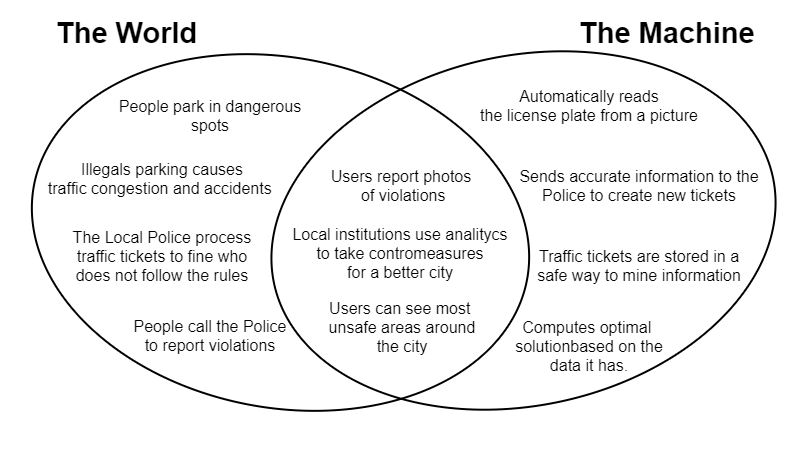
Earlier version of the draw.io export RASD/images/world-machine-phenomena.png (GiorgioUghini/SafeStreets). Source tidied: cells renumbered, new cells last; positions are measured from the earlier drawing's top-left corner, leaving out a move shared by most shapes. The source it was exported from:
```xml
<mxGraphModel>
  <root>
    <mxCell id="0" />
    <mxCell id="1" parent="0" />
    <mxCell id="2" style="ellipse;whiteSpace=wrap;html=1;rotation=11;fillColor=none;strokeWidth=2;" parent="1" vertex="1">
      <mxGeometry y="47" width="502" height="350" as="geometry" />
    </mxCell>
    <mxCell id="3" style="ellipse;whiteSpace=wrap;html=1;rotation=-12;fillColor=none;strokeWidth=2;" parent="1" vertex="1">
      <mxGeometry x="239" y="45" width="510" height="350" as="geometry" />
    </mxCell>
    <mxCell id="4" value="&lt;font style=&quot;font-size: 16px&quot;&gt;People park in dangerous&lt;br&gt;spots&lt;/font&gt;" style="text;html=1;strokeColor=none;fillColor=none;align=center;verticalAlign=middle;whiteSpace=wrap;rounded=0;" parent="1" vertex="1">
      <mxGeometry x="60" y="90" width="240" height="30" as="geometry" />
    </mxCell>
    <mxCell id="5" value="&lt;font style=&quot;font-size: 16px&quot;&gt;People call the Police &lt;br&gt;to report violations&lt;/font&gt;" style="text;html=1;strokeColor=none;fillColor=none;align=center;verticalAlign=middle;whiteSpace=wrap;rounded=0;" parent="1" vertex="1">
      <mxGeometry x="90" y="310" width="180" height="30" as="geometry" />
    </mxCell>
    <mxCell id="6" value="&lt;span style=&quot;font-size: 16px&quot;&gt;Illegals parking causes&lt;br&gt;traffic congestion and accidents&amp;nbsp;&lt;/span&gt;" style="text;html=1;strokeColor=none;fillColor=none;align=center;verticalAlign=middle;whiteSpace=wrap;rounded=0;" parent="1" vertex="1">
      <mxGeometry x="2" y="139" width="260" height="57" as="geometry" />
    </mxCell>
    <mxCell id="7" value="&lt;font style=&quot;font-size: 16px&quot;&gt;Local institutions use analitycs&lt;br&gt;to take contromeasures&lt;br&gt;for a better city&lt;br&gt;&lt;/font&gt;" style="text;html=1;strokeColor=none;fillColor=none;align=center;verticalAlign=middle;whiteSpace=wrap;rounded=0;" parent="1" vertex="1">
      <mxGeometry x="251" y="227.5" width="240" height="30" as="geometry" />
    </mxCell>
    <mxCell id="8" value="&lt;font style=&quot;font-size: 16px&quot;&gt;The Local Police process&lt;br&gt;traffic tickets to fine who&lt;br&gt;does not follow the rules&lt;br&gt;&lt;/font&gt;" style="text;html=1;strokeColor=none;fillColor=none;align=center;verticalAlign=middle;whiteSpace=wrap;rounded=0;" parent="1" vertex="1">
      <mxGeometry x="37" y="215" width="190" height="60" as="geometry" />
    </mxCell>
    <mxCell id="9" value="&lt;font style=&quot;font-size: 16px&quot;&gt;Automatically reads&lt;br&gt;the license plate from a picture&lt;br&gt;&lt;/font&gt;" style="text;html=1;strokeColor=none;fillColor=none;align=center;verticalAlign=middle;whiteSpace=wrap;rounded=0;" parent="1" vertex="1">
      <mxGeometry x="440" y="80" width="240" height="30" as="geometry" />
    </mxCell>
    <mxCell id="10" value="&lt;font style=&quot;font-size: 16px&quot;&gt;Traffic tickets are stored in a&lt;br&gt;safe way to mine information&lt;br&gt;&lt;/font&gt;" style="text;html=1;strokeColor=none;fillColor=none;align=center;verticalAlign=middle;whiteSpace=wrap;rounded=0;" parent="1" vertex="1">
      <mxGeometry x="490" y="240" width="240" height="30" as="geometry" />
    </mxCell>
    <mxCell id="11" value="&lt;font style=&quot;font-size: 16px&quot;&gt;Sends accurate&amp;nbsp;information to the Police to create new tickets&lt;br&gt;&lt;/font&gt;" style="text;html=1;strokeColor=none;fillColor=none;align=center;verticalAlign=middle;whiteSpace=wrap;rounded=0;" parent="1" vertex="1">
      <mxGeometry x="480" y="160" width="260" height="30" as="geometry" />
    </mxCell>
    <mxCell id="12" value="&lt;font style=&quot;font-size: 16px&quot;&gt;Computes optimal &lt;br&gt;solutionbased on the &lt;br&gt;data it has.&lt;br&gt;&lt;/font&gt;" style="text;html=1;strokeColor=none;fillColor=none;align=center;verticalAlign=middle;whiteSpace=wrap;rounded=0;" parent="1" vertex="1">
      <mxGeometry x="440" y="320" width="240" height="30" as="geometry" />
    </mxCell>
    <mxCell id="13" value="&lt;font style=&quot;font-size: 16px&quot;&gt;Users report photos&lt;br&gt;&amp;nbsp;of violations&lt;br&gt;&lt;/font&gt;" style="text;html=1;strokeColor=none;fillColor=none;align=center;verticalAlign=middle;whiteSpace=wrap;rounded=0;" parent="1" vertex="1">
      <mxGeometry x="251" y="160" width="240" height="30" as="geometry" />
    </mxCell>
    <mxCell id="14" value="&lt;font style=&quot;font-size: 16px&quot;&gt;Users can see most&amp;nbsp;&lt;br&gt;unsafe areas around&lt;br&gt;the city&lt;br&gt;&lt;/font&gt;" style="text;html=1;strokeColor=none;fillColor=none;align=center;verticalAlign=middle;whiteSpace=wrap;rounded=0;" parent="1" vertex="1">
      <mxGeometry x="252" y="301" width="240" height="30" as="geometry" />
    </mxCell>
    <mxCell id="15" value="&lt;h1&gt;&lt;font style=&quot;font-size: 29px&quot;&gt;The Machine&lt;/font&gt;&lt;/h1&gt;" style="text;html=1;strokeColor=none;fillColor=none;spacing=5;spacingTop=-20;whiteSpace=wrap;overflow=hidden;rounded=0;" parent="1" vertex="1">
      <mxGeometry x="545" width="205" height="60" as="geometry" />
    </mxCell>
    <mxCell id="16" value="&lt;h1&gt;&lt;font style=&quot;font-size: 29px&quot;&gt;The World&lt;/font&gt;&lt;/h1&gt;" style="text;html=1;strokeColor=none;fillColor=none;spacing=5;spacingTop=-20;whiteSpace=wrap;overflow=hidden;rounded=0;" parent="1" vertex="1">
      <mxGeometry x="22" width="205" height="60" as="geometry" />
    </mxCell>
  </root>
</mxGraphModel>
```
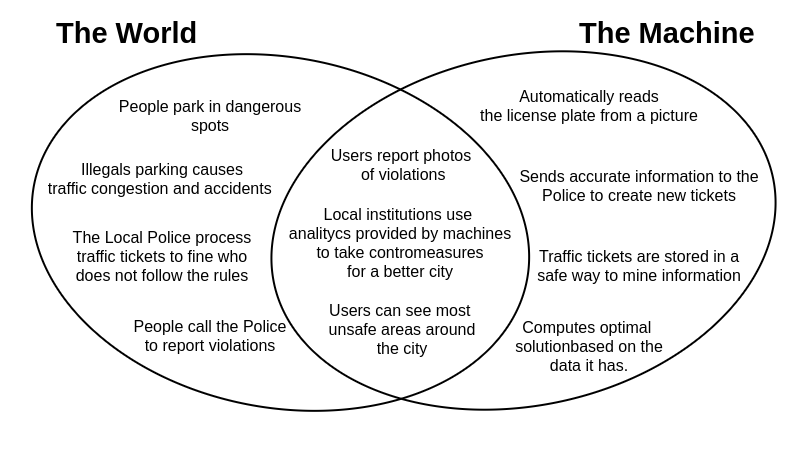
The same diagram one commit later.

Commit message:
update world machine phenomena

What changed in the source:
```diff
@@ -17,8 +17,8 @@
     <mxCell id="6" value="&lt;span style=&quot;font-size: 16px&quot;&gt;Illegals parking causes&lt;br&gt;traffic congestion and accidents&amp;nbsp;&lt;/span&gt;" style="text;html=1;strokeColor=none;fillColor=none;align=center;verticalAlign=middle;whiteSpace=wrap;rounded=0;" parent="1" vertex="1">
       <mxGeometry x="2" y="139" width="260" height="57" as="geometry" />
     </mxCell>
-    <mxCell id="7" value="&lt;font style=&quot;font-size: 16px&quot;&gt;Local institutions use analitycs&lt;br&gt;to take contromeasures&lt;br&gt;for a better city&lt;br&gt;&lt;/font&gt;" style="text;html=1;strokeColor=none;fillColor=none;align=center;verticalAlign=middle;whiteSpace=wrap;rounded=0;" parent="1" vertex="1">
-      <mxGeometry x="251" y="227.5" width="240" height="30" as="geometry" />
+    <mxCell id="7" value="&lt;font style=&quot;font-size: 16px&quot;&gt;Local institutions use &lt;br&gt;analitycs provided by machines to take contromeasures&lt;br&gt;for a better city&lt;br&gt;&lt;/font&gt;" style="text;html=1;strokeColor=none;fillColor=none;align=center;verticalAlign=middle;whiteSpace=wrap;rounded=0;" parent="1" vertex="1">
+      <mxGeometry x="251" y="216.5" width="240" height="30" as="geometry" />
     </mxCell>
     <mxCell id="8" value="&lt;font style=&quot;font-size: 16px&quot;&gt;The Local Police process&lt;br&gt;traffic tickets to fine who&lt;br&gt;does not follow the rules&lt;br&gt;&lt;/font&gt;" style="text;html=1;strokeColor=none;fillColor=none;align=center;verticalAlign=middle;whiteSpace=wrap;rounded=0;" parent="1" vertex="1">
       <mxGeometry x="37" y="215" width="190" height="60" as="geometry" />
@@ -36,10 +36,10 @@
       <mxGeometry x="440" y="320" width="240" height="30" as="geometry" />
     </mxCell>
     <mxCell id="13" value="&lt;font style=&quot;font-size: 16px&quot;&gt;Users report photos&lt;br&gt;&amp;nbsp;of violations&lt;br&gt;&lt;/font&gt;" style="text;html=1;strokeColor=none;fillColor=none;align=center;verticalAlign=middle;whiteSpace=wrap;rounded=0;" parent="1" vertex="1">
-      <mxGeometry x="251" y="160" width="240" height="30" as="geometry" />
+      <mxGeometry x="251" y="139" width="240" height="30" as="geometry" />
     </mxCell>
     <mxCell id="14" value="&lt;font style=&quot;font-size: 16px&quot;&gt;Users can see most&amp;nbsp;&lt;br&gt;unsafe areas around&lt;br&gt;the city&lt;br&gt;&lt;/font&gt;" style="text;html=1;strokeColor=none;fillColor=none;align=center;verticalAlign=middle;whiteSpace=wrap;rounded=0;" parent="1" vertex="1">
-      <mxGeometry x="252" y="301" width="240" height="30" as="geometry" />
+      <mxGeometry x="252" y="303" width="240" height="30" as="geometry" />
     </mxCell>
     <mxCell id="15" value="&lt;h1&gt;&lt;font style=&quot;font-size: 29px&quot;&gt;The Machine&lt;/font&gt;&lt;/h1&gt;" style="text;html=1;strokeColor=none;fillColor=none;spacing=5;spacingTop=-20;whiteSpace=wrap;overflow=hidden;rounded=0;" parent="1" vertex="1">
       <mxGeometry x="545" width="205" height="60" as="geometry" />
```
